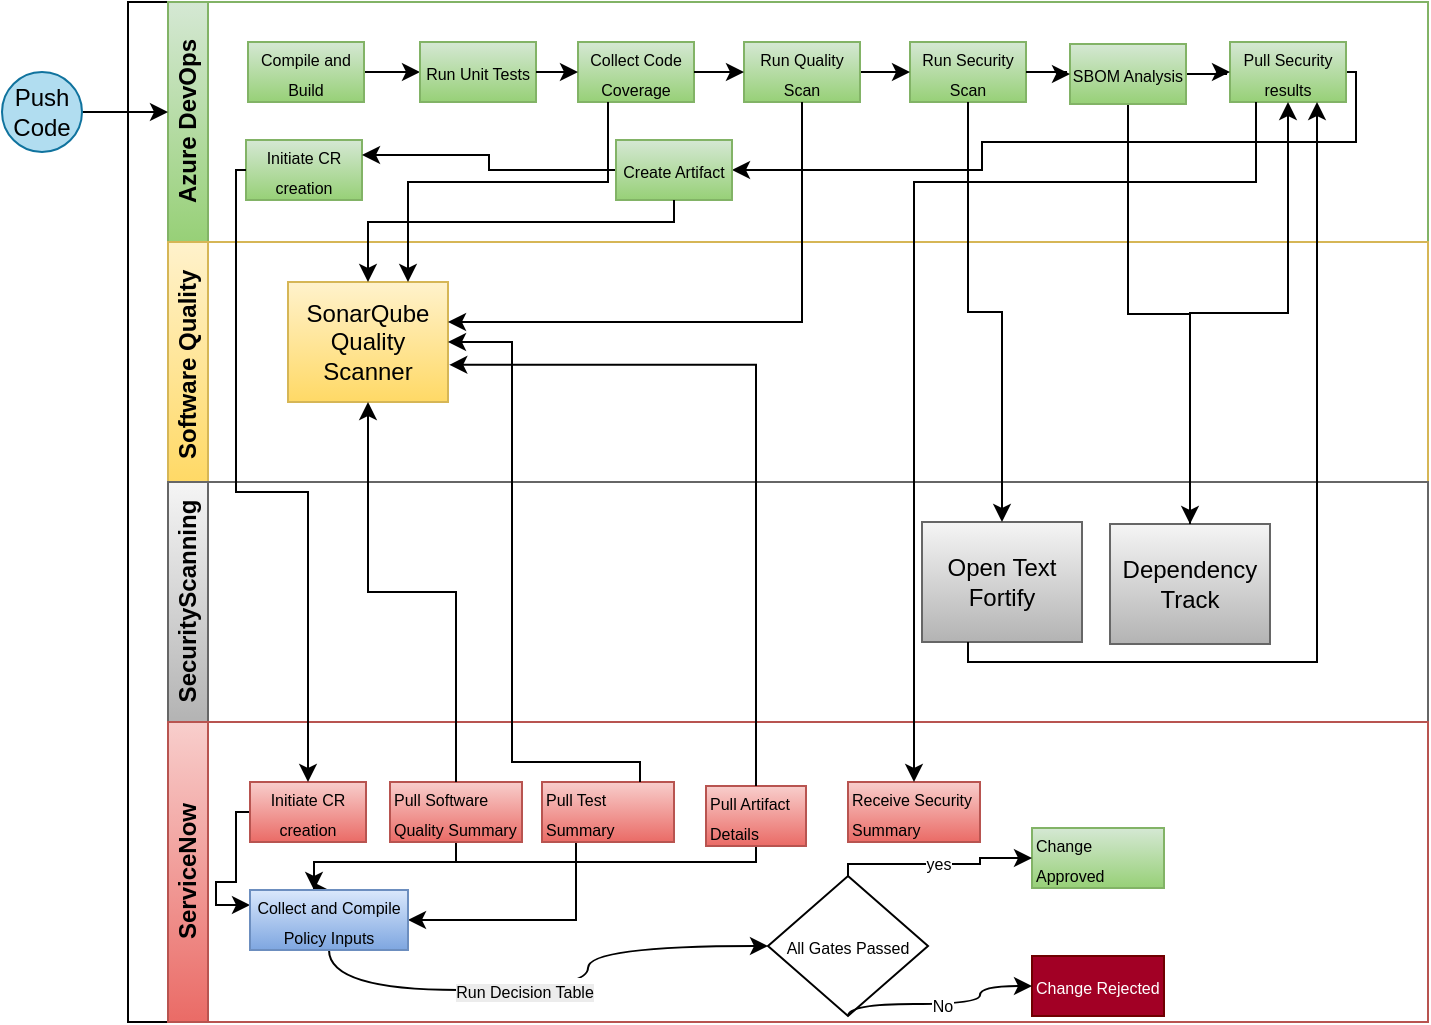
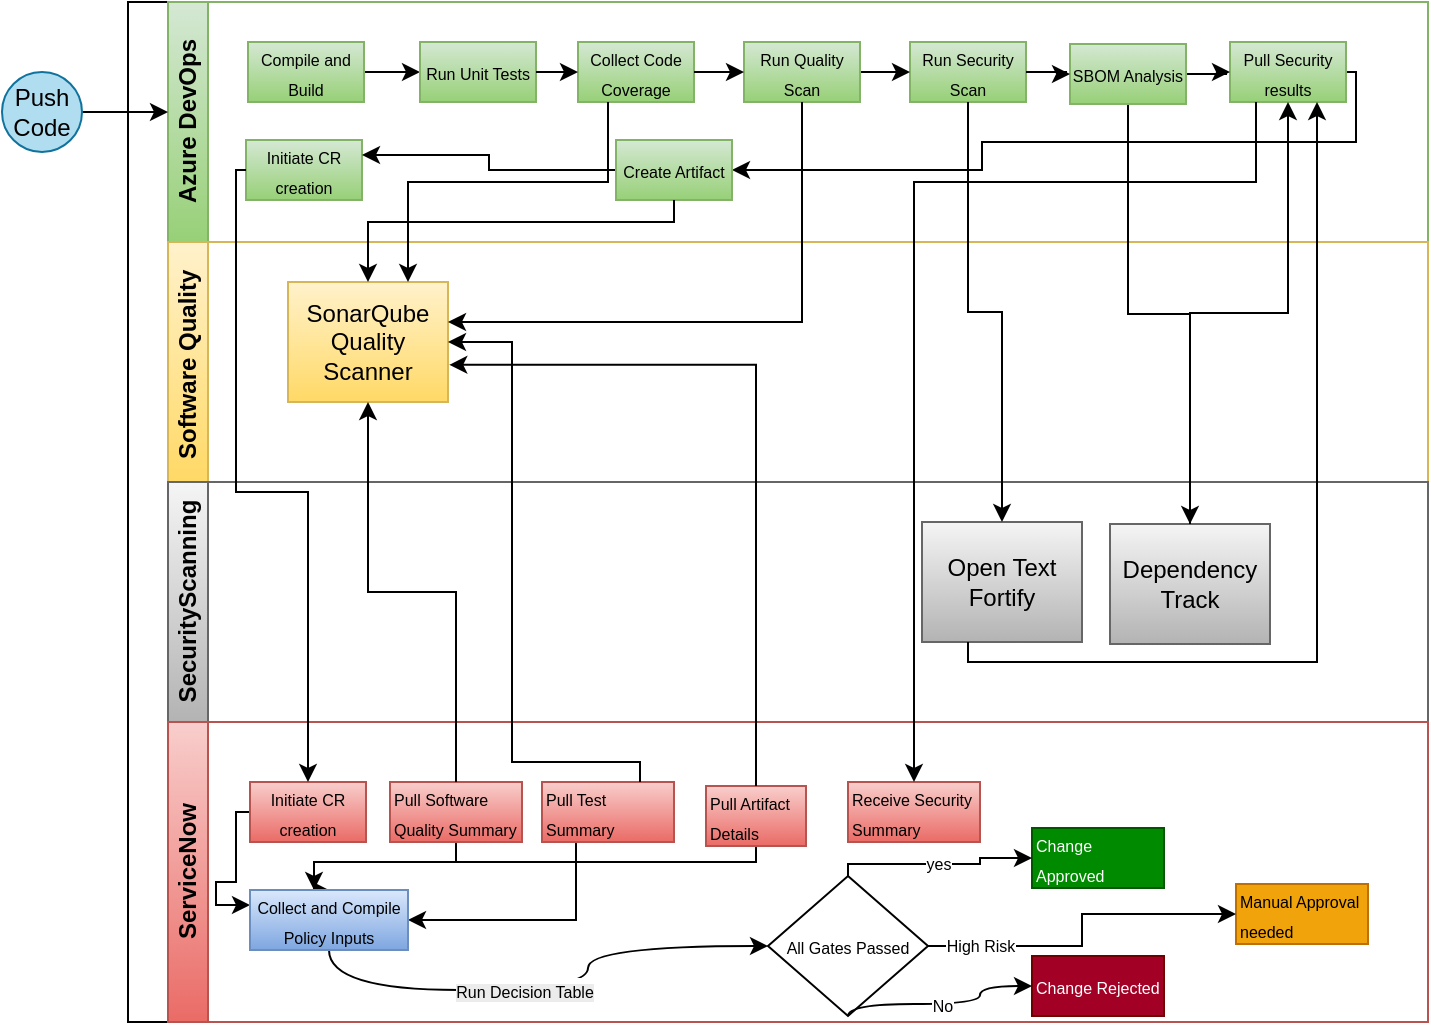
<mxfile host="app.diagrams.net">
  <diagram id="prtHgNgQTEPvFCAcTncT" name="Page-1">
-     <mxGraphModel dx="631" dy="282" grid="1" gridSize="10" guides="1" tooltips="1" connect="1" arrows="1" fold="1" page="1" pageScale="1" pageWidth="827" pageHeight="1169" math="0" shadow="0">
+     <mxGraphModel dx="511" dy="282" grid="1" gridSize="10" guides="1" tooltips="1" connect="1" arrows="1" fold="1" page="1" pageScale="1" pageWidth="827" pageHeight="1169" math="0" shadow="0">
      <root>
        <mxCell id="0" />
        <mxCell id="1" parent="0" />
        <mxCell id="dNxyNK7c78bLwvsdeMH5-19" parent="1" style="swimlane;html=1;childLayout=stackLayout;resizeParent=1;resizeParentMax=0;horizontal=0;startSize=20;horizontalStack=0;overflow=fill;" value="" vertex="1">
          <mxGeometry height="510" width="650" x="66" y="119" as="geometry">
            <mxRectangle height="50" width="40" x="120" y="120" as="alternateBounds" />
          </mxGeometry>
        </mxCell>
        <mxCell id="dNxyNK7c78bLwvsdeMH5-20" parent="dNxyNK7c78bLwvsdeMH5-19" style="swimlane;html=1;startSize=20;horizontal=0;fillColor=#d5e8d4;gradientColor=#97d077;strokeColor=#82b366;" value="Azure DevOps" vertex="1">
          <mxGeometry height="120" width="630" x="20" as="geometry" />
        </mxCell>
        <mxCell id="WelD7rZPP2jmH1qSRasH-19" edge="1" parent="dNxyNK7c78bLwvsdeMH5-20" source="dNxyNK7c78bLwvsdeMH5-23" style="edgeStyle=orthogonalEdgeStyle;rounded=0;orthogonalLoop=1;jettySize=auto;html=1;entryX=0;entryY=0.25;entryDx=0;entryDy=0;">
          <mxGeometry relative="1" as="geometry">
            <mxPoint y="55" as="targetPoint" />
          </mxGeometry>
        </mxCell>
        <mxCell id="dNxyNK7c78bLwvsdeMH5-23" parent="dNxyNK7c78bLwvsdeMH5-20" style="ellipse;whiteSpace=wrap;html=1;fillColor=#b1ddf0;strokeColor=#10739e;" value="Push Code" vertex="1">
          <mxGeometry height="40" width="40" x="-83" y="35" as="geometry" />
        </mxCell>
        <mxCell id="WelD7rZPP2jmH1qSRasH-2" edge="1" parent="dNxyNK7c78bLwvsdeMH5-20" source="dNxyNK7c78bLwvsdeMH5-24" style="edgeStyle=orthogonalEdgeStyle;rounded=0;orthogonalLoop=1;jettySize=auto;html=1;" target="WelD7rZPP2jmH1qSRasH-1" value="">
          <mxGeometry relative="1" as="geometry" />
        </mxCell>
        <mxCell id="dNxyNK7c78bLwvsdeMH5-24" parent="dNxyNK7c78bLwvsdeMH5-20" style="rounded=0;whiteSpace=wrap;html=1;fontFamily=Helvetica;fontSize=12;align=center;fillColor=#d5e8d4;gradientColor=#97d077;strokeColor=#82b366;" value="&lt;font style=&quot;font-size: 8px;&quot;&gt;Compile and Build&lt;/font&gt;" vertex="1">
          <mxGeometry height="30" width="58" x="40" y="20" as="geometry" />
        </mxCell>
        <mxCell id="dNxyNK7c78bLwvsdeMH5-33" edge="1" parent="dNxyNK7c78bLwvsdeMH5-20" style="edgeStyle=orthogonalEdgeStyle;rounded=0;orthogonalLoop=1;jettySize=auto;html=1;endArrow=classic;endFill=1;" target="dNxyNK7c78bLwvsdeMH5-32" value="">
          <mxGeometry relative="1" as="geometry">
            <mxPoint x="461" y="60" as="sourcePoint" />
          </mxGeometry>
        </mxCell>
        <mxCell id="WelD7rZPP2jmH1qSRasH-1" parent="dNxyNK7c78bLwvsdeMH5-20" style="rounded=0;whiteSpace=wrap;html=1;fontFamily=Helvetica;fontSize=12;align=center;fillColor=#d5e8d4;gradientColor=#97d077;strokeColor=#82b366;" value="&lt;font style=&quot;font-size: 8px;&quot;&gt;Run Unit Tests&lt;/font&gt;" vertex="1">
          <mxGeometry height="30" width="58" x="126" y="20" as="geometry" />
        </mxCell>
        <mxCell id="WelD7rZPP2jmH1qSRasH-3" parent="dNxyNK7c78bLwvsdeMH5-20" style="rounded=0;whiteSpace=wrap;html=1;fontFamily=Helvetica;fontSize=12;align=center;fillColor=#d5e8d4;gradientColor=#97d077;strokeColor=#82b366;" value="&lt;font style=&quot;font-size: 8px;&quot;&gt;Run Security Scan&lt;/font&gt;" vertex="1">
          <mxGeometry height="30" width="58" x="371" y="20" as="geometry" />
        </mxCell>
        <mxCell id="WelD7rZPP2jmH1qSRasH-6" edge="1" parent="dNxyNK7c78bLwvsdeMH5-20" source="WelD7rZPP2jmH1qSRasH-4" style="edgeStyle=orthogonalEdgeStyle;rounded=0;orthogonalLoop=1;jettySize=auto;html=1;" target="WelD7rZPP2jmH1qSRasH-3" value="">
          <mxGeometry relative="1" as="geometry" />
        </mxCell>
        <mxCell id="WelD7rZPP2jmH1qSRasH-4" parent="dNxyNK7c78bLwvsdeMH5-20" style="rounded=0;whiteSpace=wrap;html=1;fontFamily=Helvetica;fontSize=12;align=center;fillColor=#d5e8d4;strokeColor=#82b366;gradientColor=#97d077;" value="&lt;font style=&quot;font-size: 8px;&quot;&gt;Run Quality Scan&lt;/font&gt;" vertex="1">
          <mxGeometry height="30" width="58" x="288" y="20" as="geometry" />
        </mxCell>
        <mxCell id="WelD7rZPP2jmH1qSRasH-10" parent="dNxyNK7c78bLwvsdeMH5-20" style="rounded=0;whiteSpace=wrap;html=1;fontFamily=Helvetica;fontSize=12;align=center;fillColor=#d5e8d4;strokeColor=#82b366;gradientColor=#97d077;" value="&lt;font style=&quot;font-size: 8px;&quot;&gt;Collect Code Coverage&lt;/font&gt;" vertex="1">
          <mxGeometry height="30" width="58" x="205" y="20" as="geometry" />
        </mxCell>
        <mxCell id="WelD7rZPP2jmH1qSRasH-12" edge="1" parent="dNxyNK7c78bLwvsdeMH5-20" source="WelD7rZPP2jmH1qSRasH-10" style="edgeStyle=orthogonalEdgeStyle;rounded=0;orthogonalLoop=1;jettySize=auto;html=1;" target="WelD7rZPP2jmH1qSRasH-4" value="">
          <mxGeometry relative="1" as="geometry" />
        </mxCell>
        <mxCell id="WelD7rZPP2jmH1qSRasH-13" edge="1" parent="dNxyNK7c78bLwvsdeMH5-20" source="WelD7rZPP2jmH1qSRasH-1" style="edgeStyle=orthogonalEdgeStyle;rounded=0;orthogonalLoop=1;jettySize=auto;html=1;" target="WelD7rZPP2jmH1qSRasH-10" value="">
          <mxGeometry relative="1" as="geometry" />
        </mxCell>
        <mxCell id="WelD7rZPP2jmH1qSRasH-62" edge="1" parent="dNxyNK7c78bLwvsdeMH5-20" source="WelD7rZPP2jmH1qSRasH-30" style="edgeStyle=orthogonalEdgeStyle;rounded=0;orthogonalLoop=1;jettySize=auto;html=1;entryX=1;entryY=0.5;entryDx=0;entryDy=0;" target="WelD7rZPP2jmH1qSRasH-61">
          <mxGeometry relative="1" as="geometry">
            <Array as="points">
              <mxPoint x="594" y="35" />
              <mxPoint x="594" y="70" />
              <mxPoint x="407" y="70" />
              <mxPoint x="407" y="84" />
            </Array>
          </mxGeometry>
        </mxCell>
        <mxCell id="WelD7rZPP2jmH1qSRasH-30" parent="dNxyNK7c78bLwvsdeMH5-20" style="rounded=0;whiteSpace=wrap;html=1;fontFamily=Helvetica;fontSize=12;align=center;fillColor=#d5e8d4;gradientColor=#97d077;strokeColor=#82b366;" value="&lt;font style=&quot;font-size: 8px;&quot;&gt;Pull Security results&lt;/font&gt;" vertex="1">
          <mxGeometry height="30" width="58" x="531" y="20" as="geometry" />
        </mxCell>
        <mxCell id="WelD7rZPP2jmH1qSRasH-47" parent="dNxyNK7c78bLwvsdeMH5-20" style="rounded=0;whiteSpace=wrap;html=1;fontFamily=Helvetica;fontSize=12;align=center;fillColor=#d5e8d4;gradientColor=#97d077;strokeColor=#82b366;" value="&lt;font style=&quot;font-size: 8px;&quot;&gt;Initiate CR creation&lt;/font&gt;" vertex="1">
          <mxGeometry height="30" width="58" x="39" y="69" as="geometry" />
        </mxCell>
        <mxCell id="WelD7rZPP2jmH1qSRasH-63" edge="1" parent="dNxyNK7c78bLwvsdeMH5-20" source="WelD7rZPP2jmH1qSRasH-61" style="edgeStyle=orthogonalEdgeStyle;rounded=0;orthogonalLoop=1;jettySize=auto;html=1;entryX=1;entryY=0.25;entryDx=0;entryDy=0;" target="WelD7rZPP2jmH1qSRasH-47" value="">
          <mxGeometry relative="1" as="geometry">
            <mxPoint x="104" y="80" as="targetPoint" />
          </mxGeometry>
        </mxCell>
        <mxCell id="WelD7rZPP2jmH1qSRasH-61" parent="dNxyNK7c78bLwvsdeMH5-20" style="rounded=0;whiteSpace=wrap;html=1;fontFamily=Helvetica;fontSize=12;align=center;fillColor=#d5e8d4;gradientColor=#97d077;strokeColor=#82b366;" value="&lt;font style=&quot;font-size: 8px;&quot;&gt;Create Artifact&lt;/font&gt;" vertex="1">
          <mxGeometry height="30" width="58" x="224" y="69" as="geometry" />
        </mxCell>
        <mxCell id="dNxyNK7c78bLwvsdeMH5-21" parent="dNxyNK7c78bLwvsdeMH5-19" style="swimlane;html=1;startSize=20;horizontal=0;fillColor=#fff2cc;gradientColor=#ffd966;strokeColor=#d6b656;" value="Software Quality&amp;nbsp;" vertex="1">
          <mxGeometry height="120" width="630" x="20" y="120" as="geometry">
            <mxRectangle height="30" width="550" x="20" y="120" as="alternateBounds" />
          </mxGeometry>
        </mxCell>
        <mxCell id="dNxyNK7c78bLwvsdeMH5-26" parent="dNxyNK7c78bLwvsdeMH5-21" style="rounded=0;whiteSpace=wrap;html=1;fontFamily=Helvetica;fontSize=12;align=center;fillColor=#fff2cc;gradientColor=#ffd966;strokeColor=#d6b656;" value="SonarQube Quality Scanner" vertex="1">
          <mxGeometry height="60" width="80" x="60" y="20" as="geometry" />
        </mxCell>
        <mxCell id="dNxyNK7c78bLwvsdeMH5-22" parent="dNxyNK7c78bLwvsdeMH5-19" style="swimlane;html=1;startSize=20;horizontal=0;fillColor=#f5f5f5;gradientColor=#b3b3b3;strokeColor=#666666;" value="SecurityScanning" vertex="1">
          <mxGeometry height="120" width="630" x="20" y="240" as="geometry" />
        </mxCell>
        <mxCell id="dNxyNK7c78bLwvsdeMH5-34" parent="dNxyNK7c78bLwvsdeMH5-22" style="rounded=0;whiteSpace=wrap;html=1;fontFamily=Helvetica;fontSize=12;align=center;fillColor=#f5f5f5;gradientColor=#b3b3b3;strokeColor=#666666;" value="Open Text Fortify" vertex="1">
          <mxGeometry height="60" width="80" x="377" y="20" as="geometry" />
        </mxCell>
        <mxCell id="WelD7rZPP2jmH1qSRasH-37" parent="dNxyNK7c78bLwvsdeMH5-22" style="rounded=0;whiteSpace=wrap;html=1;fontFamily=Helvetica;fontSize=12;align=center;fillColor=#f5f5f5;gradientColor=#b3b3b3;strokeColor=#666666;" value="Dependency Track" vertex="1">
          <mxGeometry height="60" width="80" x="471" y="21" as="geometry" />
        </mxCell>
        <mxCell id="WelD7rZPP2jmH1qSRasH-43" parent="dNxyNK7c78bLwvsdeMH5-19" style="swimlane;html=1;startSize=20;horizontal=0;fillColor=#f8cecc;gradientColor=#ea6b66;strokeColor=#b85450;" value="ServiceNow" vertex="1">
          <mxGeometry height="150" width="630" x="20" y="360" as="geometry" />
        </mxCell>
        <mxCell id="WelD7rZPP2jmH1qSRasH-72" edge="1" parent="WelD7rZPP2jmH1qSRasH-43" source="WelD7rZPP2jmH1qSRasH-51" style="edgeStyle=orthogonalEdgeStyle;rounded=0;orthogonalLoop=1;jettySize=auto;html=1;entryX=0;entryY=0.25;entryDx=0;entryDy=0;" target="WelD7rZPP2jmH1qSRasH-70">
          <mxGeometry relative="1" as="geometry">
            <Array as="points">
              <mxPoint x="34" y="45" />
              <mxPoint x="34" y="80" />
              <mxPoint x="24" y="80" />
              <mxPoint x="24" y="92" />
            </Array>
          </mxGeometry>
        </mxCell>
        <mxCell id="WelD7rZPP2jmH1qSRasH-51" parent="WelD7rZPP2jmH1qSRasH-43" style="rounded=0;whiteSpace=wrap;html=1;fontFamily=Helvetica;fontSize=12;align=center;fillColor=#f8cecc;gradientColor=#ea6b66;strokeColor=#b85450;" value="&lt;font style=&quot;font-size: 8px;&quot;&gt;Initiate CR creation&lt;/font&gt;" vertex="1">
          <mxGeometry height="30" width="58" x="41" y="30" as="geometry" />
        </mxCell>
        <mxCell id="WelD7rZPP2jmH1qSRasH-73" edge="1" parent="WelD7rZPP2jmH1qSRasH-43" source="WelD7rZPP2jmH1qSRasH-54" style="edgeStyle=orthogonalEdgeStyle;rounded=0;orthogonalLoop=1;jettySize=auto;html=1;entryX=0.5;entryY=0;entryDx=0;entryDy=0;" target="WelD7rZPP2jmH1qSRasH-70">
          <mxGeometry relative="1" as="geometry">
            <Array as="points">
              <mxPoint x="144" y="70" />
              <mxPoint x="73" y="70" />
            </Array>
          </mxGeometry>
        </mxCell>
        <mxCell id="WelD7rZPP2jmH1qSRasH-54" parent="WelD7rZPP2jmH1qSRasH-43" style="rounded=0;whiteSpace=wrap;html=1;fontFamily=Helvetica;fontSize=12;align=left;fillColor=#f8cecc;gradientColor=#ea6b66;strokeColor=#b85450;" value="&lt;font style=&quot;font-size: 8px;&quot;&gt;Pull Software Quality Summary&lt;/font&gt;" vertex="1">
          <mxGeometry height="30" width="66" x="111" y="30" as="geometry" />
        </mxCell>
        <mxCell id="WelD7rZPP2jmH1qSRasH-56" parent="WelD7rZPP2jmH1qSRasH-43" style="rounded=0;whiteSpace=wrap;html=1;fontFamily=Helvetica;fontSize=12;align=left;fillColor=#f8cecc;gradientColor=#ea6b66;strokeColor=#b85450;" value="&lt;font style=&quot;font-size: 8px;&quot;&gt;Receive Security Summary&lt;/font&gt;" vertex="1">
          <mxGeometry height="30" width="66" x="340" y="30" as="geometry" />
        </mxCell>
        <mxCell id="WelD7rZPP2jmH1qSRasH-74" edge="1" parent="WelD7rZPP2jmH1qSRasH-43" source="WelD7rZPP2jmH1qSRasH-57" style="edgeStyle=orthogonalEdgeStyle;rounded=0;orthogonalLoop=1;jettySize=auto;html=1;entryX=1;entryY=0.5;entryDx=0;entryDy=0;" target="WelD7rZPP2jmH1qSRasH-70">
          <mxGeometry relative="1" as="geometry">
            <Array as="points">
              <mxPoint x="204" y="99" />
            </Array>
          </mxGeometry>
        </mxCell>
        <mxCell id="WelD7rZPP2jmH1qSRasH-57" parent="WelD7rZPP2jmH1qSRasH-43" style="rounded=0;whiteSpace=wrap;html=1;fontFamily=Helvetica;fontSize=12;align=left;fillColor=#f8cecc;gradientColor=#ea6b66;strokeColor=#b85450;" value="&lt;font style=&quot;font-size: 8px;&quot;&gt;Pull Test Summary&lt;/font&gt;" vertex="1">
          <mxGeometry height="30" width="66" x="187" y="30" as="geometry" />
        </mxCell>
        <mxCell id="WelD7rZPP2jmH1qSRasH-75" edge="1" parent="WelD7rZPP2jmH1qSRasH-43" source="WelD7rZPP2jmH1qSRasH-66" style="edgeStyle=orthogonalEdgeStyle;rounded=0;orthogonalLoop=1;jettySize=auto;html=1;" target="WelD7rZPP2jmH1qSRasH-70">
          <mxGeometry relative="1" as="geometry">
            <Array as="points">
              <mxPoint x="294" y="70" />
              <mxPoint x="73" y="70" />
            </Array>
          </mxGeometry>
        </mxCell>
        <mxCell id="WelD7rZPP2jmH1qSRasH-66" parent="WelD7rZPP2jmH1qSRasH-43" style="rounded=0;whiteSpace=wrap;html=1;fontFamily=Helvetica;fontSize=12;align=left;fillColor=#f8cecc;gradientColor=#ea6b66;strokeColor=#b85450;" value="&lt;font style=&quot;font-size: 8px;&quot;&gt;Pull Artifact Details&lt;/font&gt;" vertex="1">
          <mxGeometry height="30" width="50" x="269" y="32" as="geometry" />
        </mxCell>
        <mxCell id="WelD7rZPP2jmH1qSRasH-78" edge="1" parent="WelD7rZPP2jmH1qSRasH-43" source="WelD7rZPP2jmH1qSRasH-70" style="rounded=0;orthogonalLoop=1;jettySize=auto;html=1;entryX=0;entryY=0.5;entryDx=0;entryDy=0;exitX=0.5;exitY=1;exitDx=0;exitDy=0;edgeStyle=orthogonalEdgeStyle;curved=1;" target="WelD7rZPP2jmH1qSRasH-76">
          <mxGeometry relative="1" as="geometry" />
        </mxCell>
        <mxCell id="WelD7rZPP2jmH1qSRasH-82" connectable="0" parent="WelD7rZPP2jmH1qSRasH-78" style="edgeLabel;html=1;align=center;verticalAlign=middle;resizable=0;points=[];" value="&lt;span style=&quot;font-size: 8px; text-wrap-mode: wrap; background-color: rgb(236, 236, 236);&quot;&gt;Run Decision Table&lt;/span&gt;" vertex="1">
          <mxGeometry relative="1" x="-0.0761" y="1" as="geometry">
            <mxPoint x="-4" y="1" as="offset" />
          </mxGeometry>
        </mxCell>
        <mxCell id="WelD7rZPP2jmH1qSRasH-70" parent="WelD7rZPP2jmH1qSRasH-43" style="rounded=0;whiteSpace=wrap;html=1;fontFamily=Helvetica;fontSize=12;align=center;fillColor=#dae8fc;gradientColor=#7ea6e0;strokeColor=#6c8ebf;" value="&lt;font style=&quot;font-size: 8px;&quot;&gt;Collect and Compile Policy Inputs&lt;/font&gt;" vertex="1">
          <mxGeometry height="30" width="79" x="41" y="84" as="geometry" />
        </mxCell>
        <mxCell id="WelD7rZPP2jmH1qSRasH-76" parent="WelD7rZPP2jmH1qSRasH-43" style="rhombus;whiteSpace=wrap;html=1;" value="&lt;span style=&quot;font-size: 8px; text-wrap-mode: nowrap; background-color: rgb(255, 255, 255);&quot;&gt;All Gates Passed&lt;/span&gt;" vertex="1">
          <mxGeometry height="70" width="80" x="300" y="77" as="geometry" />
        </mxCell>
        <mxCell id="WelD7rZPP2jmH1qSRasH-15" edge="1" parent="dNxyNK7c78bLwvsdeMH5-19" source="WelD7rZPP2jmH1qSRasH-10" style="edgeStyle=orthogonalEdgeStyle;rounded=0;orthogonalLoop=1;jettySize=auto;html=1;entryX=0.75;entryY=0;entryDx=0;entryDy=0;" target="dNxyNK7c78bLwvsdeMH5-26">
          <mxGeometry relative="1" as="geometry">
            <Array as="points">
              <mxPoint x="240" y="90" />
              <mxPoint x="140" y="90" />
            </Array>
          </mxGeometry>
        </mxCell>
        <mxCell id="WelD7rZPP2jmH1qSRasH-16" edge="1" parent="dNxyNK7c78bLwvsdeMH5-19" source="WelD7rZPP2jmH1qSRasH-4" style="edgeStyle=orthogonalEdgeStyle;rounded=0;orthogonalLoop=1;jettySize=auto;html=1;entryX=1;entryY=0.333;entryDx=0;entryDy=0;entryPerimeter=0;" target="dNxyNK7c78bLwvsdeMH5-26">
          <mxGeometry relative="1" as="geometry">
            <Array as="points">
              <mxPoint x="337" y="160" />
            </Array>
          </mxGeometry>
        </mxCell>
        <mxCell id="WelD7rZPP2jmH1qSRasH-27" edge="1" parent="dNxyNK7c78bLwvsdeMH5-19" source="WelD7rZPP2jmH1qSRasH-3" style="edgeStyle=orthogonalEdgeStyle;rounded=0;orthogonalLoop=1;jettySize=auto;html=1;entryX=0.5;entryY=0;entryDx=0;entryDy=0;" target="dNxyNK7c78bLwvsdeMH5-34">
          <mxGeometry relative="1" as="geometry" />
        </mxCell>
        <mxCell id="WelD7rZPP2jmH1qSRasH-45" edge="1" parent="dNxyNK7c78bLwvsdeMH5-19" source="WelD7rZPP2jmH1qSRasH-37" style="edgeStyle=orthogonalEdgeStyle;rounded=0;orthogonalLoop=1;jettySize=auto;html=1;entryX=0.5;entryY=1;entryDx=0;entryDy=0;" target="WelD7rZPP2jmH1qSRasH-30">
          <mxGeometry relative="1" as="geometry" />
        </mxCell>
        <mxCell id="WelD7rZPP2jmH1qSRasH-46" edge="1" parent="dNxyNK7c78bLwvsdeMH5-19" source="dNxyNK7c78bLwvsdeMH5-34" style="edgeStyle=orthogonalEdgeStyle;rounded=0;orthogonalLoop=1;jettySize=auto;html=1;entryX=0.75;entryY=1;entryDx=0;entryDy=0;" target="WelD7rZPP2jmH1qSRasH-30">
          <mxGeometry relative="1" as="geometry">
            <Array as="points">
              <mxPoint x="420" y="330" />
              <mxPoint x="595" y="330" />
            </Array>
          </mxGeometry>
        </mxCell>
        <mxCell id="WelD7rZPP2jmH1qSRasH-53" edge="1" parent="dNxyNK7c78bLwvsdeMH5-19" source="WelD7rZPP2jmH1qSRasH-47" style="edgeStyle=orthogonalEdgeStyle;rounded=0;orthogonalLoop=1;jettySize=auto;html=1;entryX=0.5;entryY=0;entryDx=0;entryDy=0;" target="WelD7rZPP2jmH1qSRasH-51">
          <mxGeometry relative="1" as="geometry">
            <Array as="points">
              <mxPoint x="54" y="84" />
              <mxPoint x="54" y="245" />
              <mxPoint x="90" y="245" />
            </Array>
          </mxGeometry>
        </mxCell>
        <mxCell id="WelD7rZPP2jmH1qSRasH-55" edge="1" parent="dNxyNK7c78bLwvsdeMH5-19" source="WelD7rZPP2jmH1qSRasH-54" style="edgeStyle=orthogonalEdgeStyle;rounded=0;orthogonalLoop=1;jettySize=auto;html=1;entryX=0.5;entryY=1;entryDx=0;entryDy=0;" target="dNxyNK7c78bLwvsdeMH5-26">
          <mxGeometry relative="1" as="geometry" />
        </mxCell>
        <mxCell id="WelD7rZPP2jmH1qSRasH-59" edge="1" parent="dNxyNK7c78bLwvsdeMH5-19" source="WelD7rZPP2jmH1qSRasH-57" style="edgeStyle=orthogonalEdgeStyle;rounded=0;orthogonalLoop=1;jettySize=auto;html=1;entryX=1;entryY=0.5;entryDx=0;entryDy=0;" target="dNxyNK7c78bLwvsdeMH5-26">
          <mxGeometry relative="1" as="geometry">
            <Array as="points">
              <mxPoint x="256" y="380" />
              <mxPoint x="192" y="380" />
              <mxPoint x="192" y="170" />
            </Array>
          </mxGeometry>
        </mxCell>
        <mxCell id="WelD7rZPP2jmH1qSRasH-60" edge="1" parent="dNxyNK7c78bLwvsdeMH5-19" style="edgeStyle=orthogonalEdgeStyle;rounded=0;orthogonalLoop=1;jettySize=auto;html=1;" target="WelD7rZPP2jmH1qSRasH-56">
          <mxGeometry relative="1" as="geometry">
            <Array as="points">
              <mxPoint x="564" y="50" />
              <mxPoint x="564" y="90" />
              <mxPoint x="393" y="90" />
            </Array>
            <mxPoint x="564" y="50" as="sourcePoint" />
          </mxGeometry>
        </mxCell>
        <mxCell id="WelD7rZPP2jmH1qSRasH-67" edge="1" parent="dNxyNK7c78bLwvsdeMH5-19" source="WelD7rZPP2jmH1qSRasH-61" style="edgeStyle=orthogonalEdgeStyle;rounded=0;orthogonalLoop=1;jettySize=auto;html=1;entryX=0.5;entryY=0;entryDx=0;entryDy=0;" target="dNxyNK7c78bLwvsdeMH5-26">
          <mxGeometry relative="1" as="geometry">
            <Array as="points">
              <mxPoint x="273" y="110" />
              <mxPoint x="120" y="110" />
            </Array>
          </mxGeometry>
        </mxCell>
        <mxCell id="WelD7rZPP2jmH1qSRasH-69" edge="1" parent="dNxyNK7c78bLwvsdeMH5-19" source="WelD7rZPP2jmH1qSRasH-66" style="edgeStyle=orthogonalEdgeStyle;rounded=0;orthogonalLoop=1;jettySize=auto;html=1;entryX=1.008;entryY=0.69;entryDx=0;entryDy=0;entryPerimeter=0;" target="dNxyNK7c78bLwvsdeMH5-26">
          <mxGeometry relative="1" as="geometry">
            <Array as="points">
              <mxPoint x="314" y="181" />
            </Array>
          </mxGeometry>
        </mxCell>
        <mxCell id="WelD7rZPP2jmH1qSRasH-39" edge="1" parent="1" source="WelD7rZPP2jmH1qSRasH-35" style="edgeStyle=orthogonalEdgeStyle;rounded=0;orthogonalLoop=1;jettySize=auto;html=1;entryX=0.5;entryY=0;entryDx=0;entryDy=0;" target="WelD7rZPP2jmH1qSRasH-37">
          <mxGeometry relative="1" as="geometry" />
        </mxCell>
        <mxCell id="WelD7rZPP2jmH1qSRasH-44" edge="1" parent="1" source="WelD7rZPP2jmH1qSRasH-35" style="edgeStyle=orthogonalEdgeStyle;rounded=0;orthogonalLoop=1;jettySize=auto;html=1;" target="WelD7rZPP2jmH1qSRasH-30" value="">
          <mxGeometry relative="1" as="geometry" />
        </mxCell>
        <mxCell id="WelD7rZPP2jmH1qSRasH-35" parent="1" style="rounded=0;whiteSpace=wrap;html=1;fontFamily=Helvetica;fontSize=12;align=center;fillColor=#d5e8d4;gradientColor=#97d077;strokeColor=#82b366;" value="&lt;font style=&quot;font-size: 8px;&quot;&gt;SBOM Analysis&lt;/font&gt;" vertex="1">
          <mxGeometry height="30" width="58" x="537" y="140" as="geometry" />
        </mxCell>
-         <mxCell id="WelD7rZPP2jmH1qSRasH-79" parent="1" style="rounded=0;whiteSpace=wrap;html=1;fontFamily=Helvetica;fontSize=12;align=left;fillColor=#d5e8d4;gradientColor=#97d077;strokeColor=#82b366;" value="&lt;font style=&quot;font-size: 8px;&quot;&gt;Change Approved&lt;/font&gt;" vertex="1">
+         <mxCell id="WelD7rZPP2jmH1qSRasH-79" parent="1" style="rounded=0;whiteSpace=wrap;html=1;fontFamily=Helvetica;fontSize=12;align=left;fillColor=#008a00;strokeColor=#005700;fontColor=#ffffff;" value="&lt;font style=&quot;font-size: 8px;&quot;&gt;Change Approved&lt;/font&gt;" vertex="1">
          <mxGeometry height="30" width="66" x="518" y="532" as="geometry" />
        </mxCell>
        <mxCell id="WelD7rZPP2jmH1qSRasH-80" edge="1" parent="1" source="WelD7rZPP2jmH1qSRasH-76" style="edgeStyle=orthogonalEdgeStyle;rounded=0;orthogonalLoop=1;jettySize=auto;html=1;entryX=0;entryY=0.5;entryDx=0;entryDy=0;exitX=0.5;exitY=0;exitDx=0;exitDy=0;" target="WelD7rZPP2jmH1qSRasH-79">
          <mxGeometry relative="1" as="geometry">
            <Array as="points">
              <mxPoint x="426" y="550" />
              <mxPoint x="492" y="550" />
              <mxPoint x="492" y="547" />
            </Array>
          </mxGeometry>
        </mxCell>
        <mxCell id="WelD7rZPP2jmH1qSRasH-81" connectable="0" parent="WelD7rZPP2jmH1qSRasH-80" style="edgeLabel;html=1;align=center;verticalAlign=middle;resizable=0;points=[];" value="&lt;span style=&quot;font-size: 8px;&quot;&gt;yes&lt;/span&gt;" vertex="1">
          <mxGeometry relative="1" x="0.0019" y="2" as="geometry">
            <mxPoint y="1" as="offset" />
          </mxGeometry>
        </mxCell>
        <mxCell id="WelD7rZPP2jmH1qSRasH-83" parent="1" style="rounded=0;whiteSpace=wrap;html=1;fontFamily=Helvetica;fontSize=12;align=left;fillColor=#a20025;strokeColor=#6F0000;fontColor=#ffffff;" value="&lt;font style=&quot;font-size: 8px;&quot;&gt;Change Rejected&lt;/font&gt;" vertex="1">
          <mxGeometry height="30" width="66" x="518" y="596" as="geometry" />
        </mxCell>
        <mxCell id="WelD7rZPP2jmH1qSRasH-84" edge="1" parent="1" source="WelD7rZPP2jmH1qSRasH-76" style="edgeStyle=orthogonalEdgeStyle;rounded=0;orthogonalLoop=1;jettySize=auto;html=1;entryX=0;entryY=0.5;entryDx=0;entryDy=0;exitX=0.5;exitY=1;exitDx=0;exitDy=0;curved=1;" target="WelD7rZPP2jmH1qSRasH-83">
          <mxGeometry relative="1" as="geometry">
            <Array as="points">
              <mxPoint x="426" y="620" />
              <mxPoint x="492" y="620" />
              <mxPoint x="492" y="611" />
            </Array>
          </mxGeometry>
        </mxCell>
        <mxCell id="WelD7rZPP2jmH1qSRasH-85" connectable="0" parent="WelD7rZPP2jmH1qSRasH-84" style="edgeLabel;html=1;align=center;verticalAlign=middle;resizable=0;points=[];" value="&lt;font style=&quot;font-size: 8px;&quot;&gt;No&lt;/font&gt;" vertex="1">
          <mxGeometry relative="1" x="-0.0075" as="geometry">
            <mxPoint as="offset" />
          </mxGeometry>
        </mxCell>
        <mxCell id="WelD7rZPP2jmH1qSRasH-86" edge="1" parent="1" source="WelD7rZPP2jmH1qSRasH-3" style="edgeStyle=orthogonalEdgeStyle;rounded=0;orthogonalLoop=1;jettySize=auto;html=1;" target="WelD7rZPP2jmH1qSRasH-35" value="">
          <mxGeometry relative="1" as="geometry" />
+         </mxCell>
+         <mxCell id="WelD7rZPP2jmH1qSRasH-87" parent="1" style="rounded=0;whiteSpace=wrap;html=1;fontFamily=Helvetica;fontSize=12;align=left;fillColor=#f0a30a;strokeColor=#BD7000;fontColor=#000000;" value="&lt;font style=&quot;font-size: 8px;&quot;&gt;Manual Approval needed&lt;/font&gt;" vertex="1">
+           <mxGeometry height="30" width="66" x="620" y="560" as="geometry" />
+         </mxCell>
+         <mxCell id="WelD7rZPP2jmH1qSRasH-88" edge="1" parent="1" source="WelD7rZPP2jmH1qSRasH-76" style="edgeStyle=orthogonalEdgeStyle;rounded=0;orthogonalLoop=1;jettySize=auto;html=1;entryX=0;entryY=0.5;entryDx=0;entryDy=0;" target="WelD7rZPP2jmH1qSRasH-87">
+           <mxGeometry relative="1" as="geometry" />
+         </mxCell>
+         <mxCell id="WelD7rZPP2jmH1qSRasH-89" connectable="0" parent="WelD7rZPP2jmH1qSRasH-88" style="edgeLabel;html=1;align=center;verticalAlign=middle;resizable=0;points=[];" value="&lt;font style=&quot;font-size: 8px;&quot;&gt;High Risk&lt;/font&gt;" vertex="1">
+           <mxGeometry relative="1" x="-0.6953" y="1" as="geometry">
+             <mxPoint as="offset" />
+           </mxGeometry>
        </mxCell>
      </root>
    </mxGraphModel>
  </diagram>
</mxfile>
